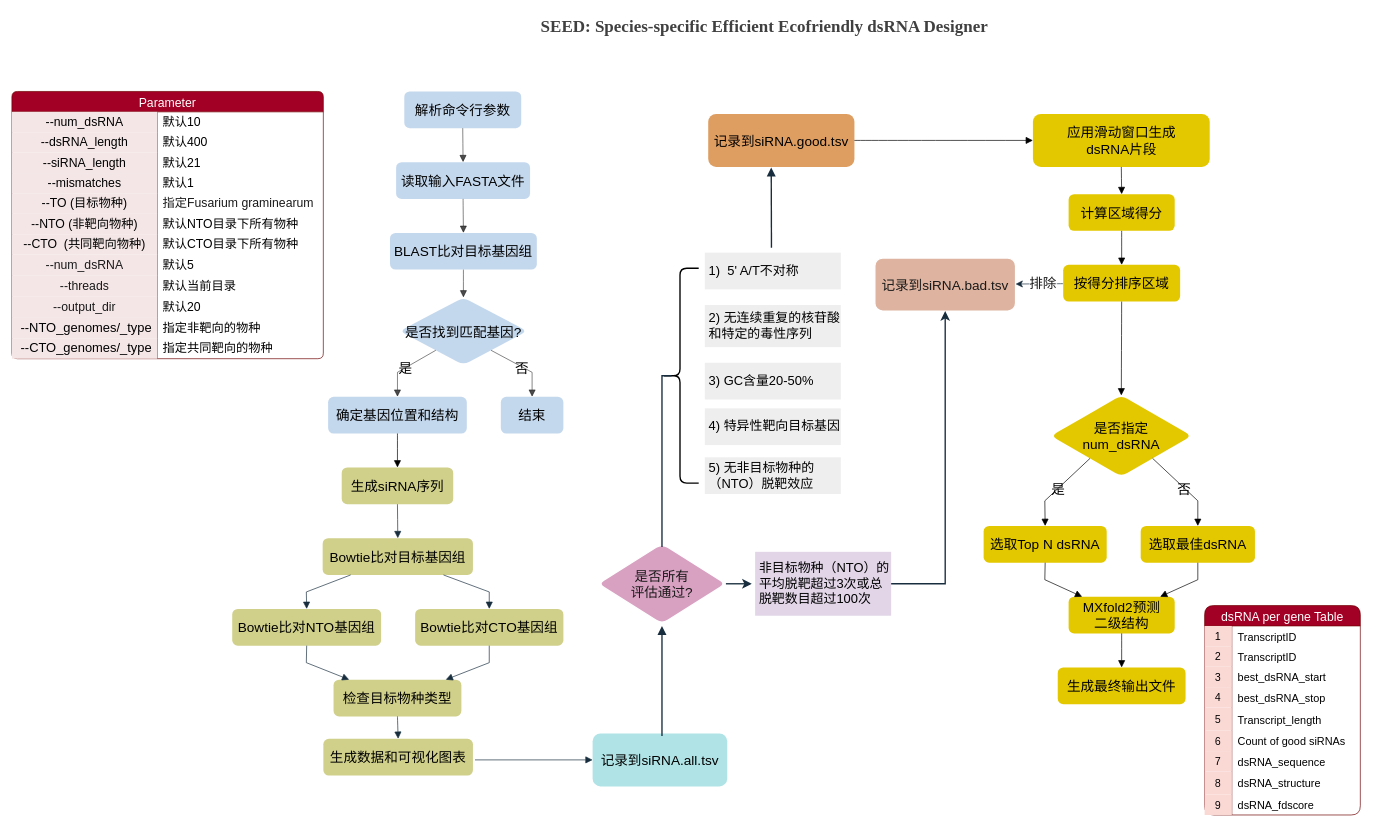
Earlier version of the draw.io diagram page "第 19 页" (18 of 21) of 未命名绘图.drawio (hjanime/101). Source tidied: cells renumbered, new cells numbered last; positions are measured from the earlier drawing's top-left corner, leaving out a move shared by most shapes. Both pictures are drawn from the tidied source at 68%, with x=0, y=0 at pixel (12, 12).
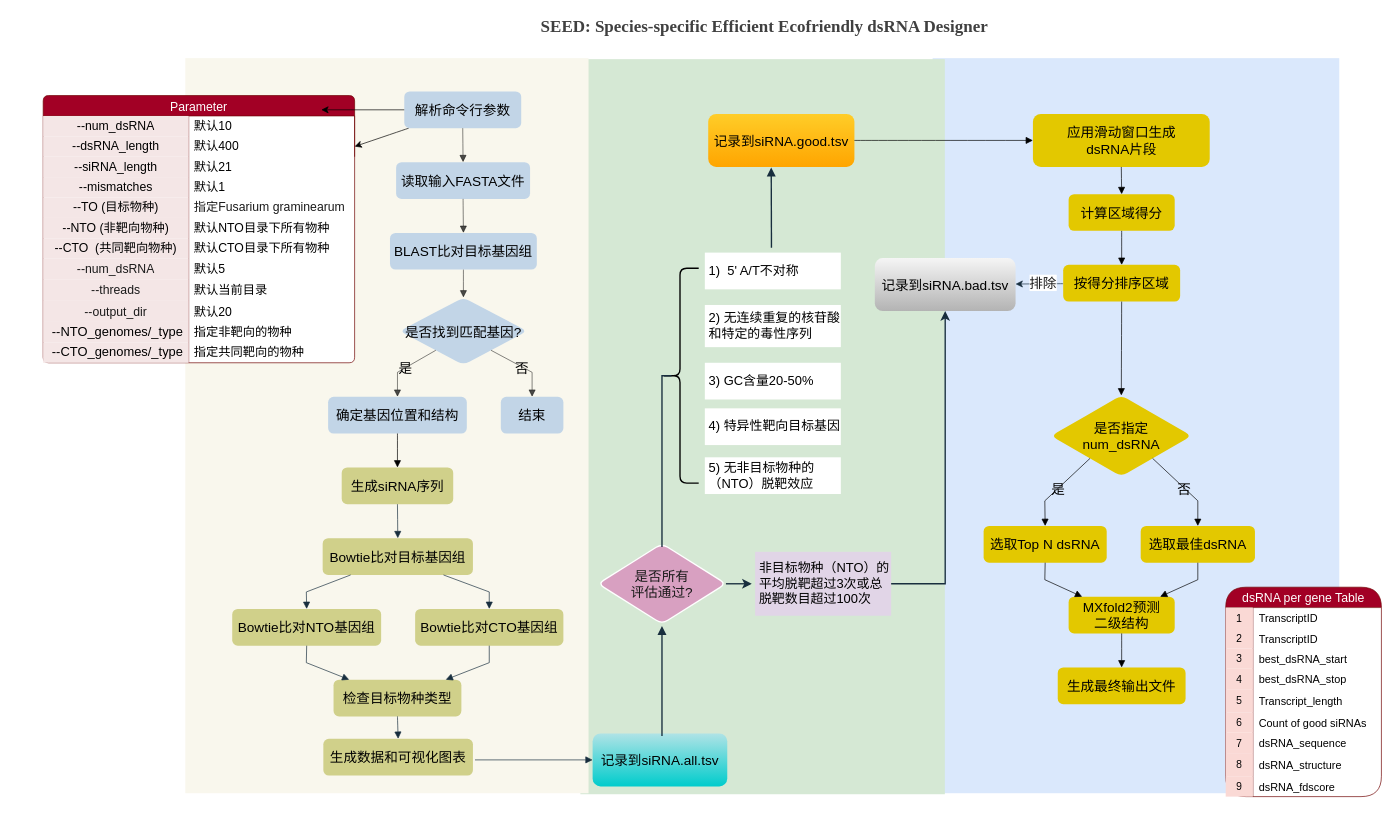
Above is the later version.

Commit message (it also covers changes not shown here):
更新未命名绘图.drawio

The change refers to these unchanged cells:
```xml
<mxCell id="3" value="解析命令行参数" style="whiteSpace=wrap;strokeWidth=2;labelBackgroundColor=none;fillColor=#ABC8E5;strokeColor=none;fontColor=#000000;rounded=1;fontSize=20;opacity=70;" parent="1" vertex="1">
  <mxGeometry x="577" y="117" width="172" height="54" as="geometry" />
</mxCell>
<mxCell id="97" style="shape=tableRow;horizontal=0;startSize=0;swimlaneHead=0;swimlaneBody=0;top=0;left=0;bottom=0;right=0;fillColor=none;strokeColor=inherit;fontSize=18;rounded=1;fontColor=#1A1A1A;" parent="93" vertex="1">
  <mxGeometry y="60" width="458" height="30" as="geometry" />
</mxCell>
```

Change to the diagram source:
```diff
@@
+    <mxCell id="130" style="whiteSpace=wrap;strokeWidth=2;fontSize=18;fillColor=#dae8fc;strokeColor=none;fillStyle=auto;" parent="1" vertex="1">
+      <mxGeometry x="1354" y="68" width="598" height="1081" as="geometry" />
+    </mxCell>
+    <mxCell id="131" style="whiteSpace=wrap;strokeWidth=2;fontSize=18;fillColor=#d5e8d4;strokeColor=none;fillStyle=auto;" parent="1" vertex="1">
+      <mxGeometry x="836" y="69.5" width="536" height="1081" as="geometry" />
+    </mxCell>
+    <mxCell id="132" style="whiteSpace=wrap;strokeWidth=2;fontSize=18;fillColor=light-dark(#F9F7ED,#E0E0E0);strokeColor=none;" parent="1" vertex="1">
+      <mxGeometry x="255" y="68" width="593" height="1081" as="geometry" />
+    </mxCell>
@@
+    <mxCell id="133" style="edgeStyle=none;curved=1;rounded=0;jettySize=auto;html=1;fontSize=12;startSize=8;endSize=8;" parent="1" edge="1" source="3" target="134">
+      <mxGeometry relative="1" as="geometry" />
+    </mxCell>
@@
-    <mxCell id="15" value="记录到siRNA.bad.tsv" style="whiteSpace=wrap;strokeWidth=2;labelBackgroundColor=none;fillColor=#DEB4A0;strokeColor=#FFFFFF;fontColor=#1A1A1A;rounded=1;fontSize=20;" parent="1" vertex="1">
+    <mxCell id="15" value="记录到siRNA.bad.tsv" style="whiteSpace=wrap;strokeWidth=2;labelBackgroundColor=none;fillColor=#f5f5f5;strokeColor=none;rounded=1;fontSize=20;gradientColor=#b3b3b3;" parent="1" vertex="1">
       <mxGeometry x="1269" y="362" width="207" height="78" as="geometry" />
     </mxCell>
-    <mxCell id="16" value="记录到siRNA.all.tsv" style="whiteSpace=wrap;strokeWidth=2;labelBackgroundColor=none;fillColor=#b0e3e6;strokeColor=none;rounded=1;fontSize=20;" parent="1" vertex="1">
+    <mxCell id="16" value="记录到siRNA.all.tsv" style="whiteSpace=wrap;strokeWidth=2;labelBackgroundColor=none;fillColor=#b0e3e6;strokeColor=none;rounded=1;fontSize=20;gradientColor=#00CCCC;" parent="1" vertex="1">
       <mxGeometry x="854" y="1061" width="198" height="78" as="geometry" />
     </mxCell>
@@
-    <mxCell id="19" value="记录到siRNA.good.tsv" style="whiteSpace=wrap;strokeWidth=2;labelBackgroundColor=none;fillColor=#DE9D61;strokeColor=none;rounded=1;fontSize=20;" parent="1" vertex="1">
+    <mxCell id="19" value="记录到siRNA.good.tsv" style="whiteSpace=wrap;strokeWidth=2;labelBackgroundColor=none;fillColor=#ffcd28;strokeColor=none;rounded=1;fontSize=20;gradientColor=#ffa500;" parent="1" vertex="1">
       <mxGeometry x="1024" y="150" width="215" height="78" as="geometry" />
     </mxCell>
@@
-    <mxCell id="53" value="1)  5' A/T不对称" style="whiteSpace=wrap;strokeWidth=2;fontSize=19;align=left;spacingTop=0;spacingLeft=4;spacingRight=0;fillColor=#eeeeee;strokeColor=none;" parent="1" vertex="1">
+    <mxCell id="53" value="1)  5' A/T不对称" style="whiteSpace=wrap;strokeWidth=2;fontSize=19;align=left;spacingTop=0;spacingLeft=4;spacingRight=0;strokeColor=none;" parent="1" vertex="1">
       <mxGeometry x="1019" y="354" width="200" height="54" as="geometry" />
     </mxCell>
-    <mxCell id="54" value="2) 无连续重复的核苷酸和特定的毒性序列" style="whiteSpace=wrap;strokeWidth=2;fontSize=19;align=left;spacingTop=0;spacingLeft=4;spacingRight=0;fillColor=#eeeeee;strokeColor=none;" parent="1" vertex="1">
+    <mxCell id="54" value="2) 无连续重复的核苷酸和特定的毒性序列" style="whiteSpace=wrap;strokeWidth=2;fontSize=19;align=left;spacingTop=0;spacingLeft=4;spacingRight=0;strokeColor=none;" parent="1" vertex="1">
       <mxGeometry x="1019" y="431" width="200" height="62" as="geometry" />
     </mxCell>
-    <mxCell id="55" value="3) GC含量20-50%" style="whiteSpace=wrap;strokeWidth=2;fontSize=19;align=left;spacingTop=0;spacingLeft=4;spacingRight=0;fillColor=#eeeeee;strokeColor=none;" parent="1" vertex="1">
+    <mxCell id="55" value="3) GC含量20-50%" style="whiteSpace=wrap;strokeWidth=2;fontSize=19;align=left;spacingTop=0;spacingLeft=4;spacingRight=0;strokeColor=none;" parent="1" vertex="1">
       <mxGeometry x="1019" y="516" width="200" height="54" as="geometry" />
     </mxCell>
@@
-    <mxCell id="57" value="4) 特异性靶向目标基因" style="whiteSpace=wrap;strokeWidth=2;fontSize=19;align=left;spacingTop=0;spacingLeft=4;spacingRight=0;fillColor=#eeeeee;strokeColor=none;" parent="1" vertex="1">
+    <mxCell id="57" value="4) 特异性靶向目标基因" style="whiteSpace=wrap;strokeWidth=2;fontSize=19;align=left;spacingTop=0;spacingLeft=4;spacingRight=0;strokeColor=none;" parent="1" vertex="1">
       <mxGeometry x="1019" y="583" width="200" height="54" as="geometry" />
     </mxCell>
-    <mxCell id="58" value="5) 无非目标物种的（NTO）脱靶效应 " style="whiteSpace=wrap;strokeWidth=2;fontSize=19;align=left;spacingTop=0;spacingLeft=4;spacingRight=0;fillColor=#eeeeee;strokeColor=none;" parent="1" vertex="1">
+    <mxCell id="58" value="5) 无非目标物种的（NTO）脱靶效应 " style="whiteSpace=wrap;strokeWidth=2;fontSize=19;align=left;spacingTop=0;spacingLeft=4;spacingRight=0;strokeColor=none;" parent="1" vertex="1">
       <mxGeometry x="1019" y="655" width="200" height="54" as="geometry" />
     </mxCell>
@@
-    <mxCell id="65" value="dsRNA per gene Table" style="shape=table;startSize=30;childLayout=tableLayout;rowLines=0;fontStyle=0;strokeColor=#6F0000;fontSize=18;rounded=1;fillColor=#a20025;fontColor=#ffffff;" parent="1" vertex="1">
-      <mxGeometry x="1754" y="873" width="229" height="308" as="geometry" />
+    <mxCell id="65" value="dsRNA per gene Table" style="shape=table;startSize=30;childLayout=tableLayout;rowLines=0;fontStyle=0;strokeColor=#6F0000;fontSize=18;rounded=1;fillColor=#a20025;fontColor=#ffffff;arcSize=39;swimlaneFillColor=default;" parent="1" vertex="1">
+      <mxGeometry x="1785" y="846" width="229" height="308" as="geometry" />
     </mxCell>
@@
-    <mxCell id="93" value="Parameter" style="shape=table;startSize=30;childLayout=tableLayout;rowLines=0;fontStyle=0;strokeColor=#6F0000;fontSize=18;rounded=1;fontColor=#ffffff;fillColor=#a20025;gradientColor=none;arcSize=9;" parent="1" vertex="1">
-      <mxGeometry y="117" width="458" height="393" as="geometry" />
+    <mxCell id="93" value="Parameter" style="shape=table;startSize=30;childLayout=tableLayout;rowLines=0;fontStyle=0;strokeColor=#6F0000;fontSize=18;rounded=1;fontColor=#ffffff;fillColor=#a20025;gradientColor=none;arcSize=9;swimlaneFillColor=default;" parent="1" vertex="1">
+      <mxGeometry x="46" y="123" width="458" height="393" as="geometry" />
     </mxCell>
@@
+    <mxCell id="134" style="shape=singleArrow;whiteSpace=wrap;html=1;arrowWidth=0.4;arrowSize=0.4;fontSize=20;fillColor=#ABC8E5;strokeColor=none;fontColor=#000000;strokeWidth=2;labelBackgroundColor=none;rounded=1;opacity=70;" parent="97" vertex="1">
+      <mxGeometry x="458" height="30" as="geometry" />
+    </mxCell>
@@
+    <mxCell id="135" style="edgeStyle=segmentEdgeStyle;endArrow=classic;html=1;curved=0;rounded=0;endSize=8;startSize=8;fontSize=12;exitX=0;exitY=0.5;exitDx=0;exitDy=0;" parent="1" edge="1" source="3">
+      <mxGeometry relative="1" as="geometry">
+        <mxPoint x="455" y="144" as="targetPoint" />
+      </mxGeometry>
+    </mxCell>
```
